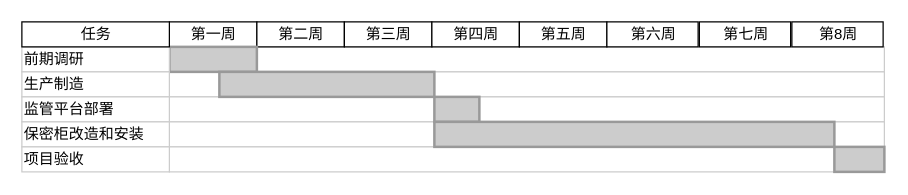
captain188/draw.io keeps this draw.io diagram as 南平甘特图.drawio. Above is the earlier version. Source tidied: cells renumbered, new cells numbered last; positions are measured from the earlier drawing's top-left corner, leaving out a move shared by most shapes. Both pictures are drawn from the tidied source at 125%, with x=0, y=0 at pixel (21, 21).
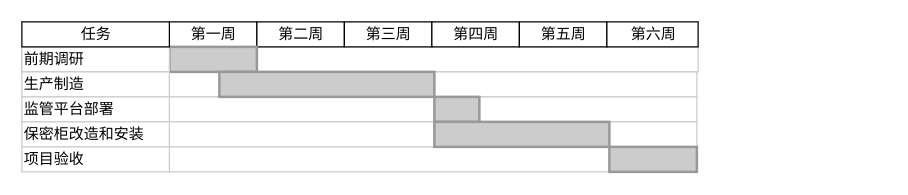
The same page after the edit.

Commit message:
更新南平甘特图.drawio

Diff of the diagram source:
```diff
@@
     <mxCell id="2" style="align=left;strokeColor=#CCCCCC;html=1;" parent="1" vertex="1">
-      <mxGeometry x="118" y="20" width="572" height="20" as="geometry" />
+      <mxGeometry y="20" width="541" height="20" as="geometry" />
     </mxCell>
@@
     <mxCell id="9" style="align=left;strokeColor=#CCCCCC;html=1;" parent="1" vertex="1">
-      <mxGeometry x="118" y="40" width="572" height="20" as="geometry" />
+      <mxGeometry x="118" y="40" width="422" height="20" as="geometry" />
     </mxCell>
     <mxCell id="10" style="align=left;strokeColor=#CCCCCC;html=1;" parent="1" vertex="1">
-      <mxGeometry x="118" y="60" width="572" height="20" as="geometry" />
+      <mxGeometry x="118" y="60" width="422" height="20" as="geometry" />
     </mxCell>
     <mxCell id="11" style="align=left;strokeColor=#CCCCCC;html=1;" parent="1" vertex="1">
-      <mxGeometry x="118" y="80" width="572" height="20" as="geometry" />
+      <mxGeometry x="118" y="80" width="422" height="20" as="geometry" />
     </mxCell>
     <mxCell id="12" style="align=left;strokeColor=#CCCCCC;html=1;" parent="1" vertex="1">
-      <mxGeometry x="118" y="100" width="572" height="20" as="geometry" />
+      <mxGeometry x="118" y="100" width="422" height="20" as="geometry" />
     </mxCell>
@@
     <mxCell id="16" style="whiteSpace=wrap;html=1;strokeWidth=2;fillColor=#CCCCCC;gradientColor=none;fontSize=14;align=center;strokeColor=#999999;" parent="1" vertex="1">
-      <mxGeometry x="330" y="80" width="320" height="20" as="geometry" />
+      <mxGeometry x="330" y="80" width="140" height="20" as="geometry" />
     </mxCell>
     <mxCell id="17" style="whiteSpace=wrap;html=1;strokeWidth=2;fillColor=#CCCCCC;gradientColor=none;fontSize=14;align=center;strokeColor=#999999;" parent="1" vertex="1">
-      <mxGeometry x="650" y="100" width="40" height="20" as="geometry" />
+      <mxGeometry x="470" y="100" width="70" height="20" as="geometry" />
     </mxCell>
-    <mxCell id="18" value="第七周" style="strokeWidth=1;fontStyle=0;html=1;" parent="1" vertex="1">
-      <mxGeometry x="542" width="73" height="20" as="geometry" />
-    </mxCell>
-    <mxCell id="19" value="第8周" style="strokeWidth=1;fontStyle=0;html=1;" parent="1" vertex="1">
-      <mxGeometry x="616" width="73" height="20" as="geometry" />
-    </mxCell>
```
